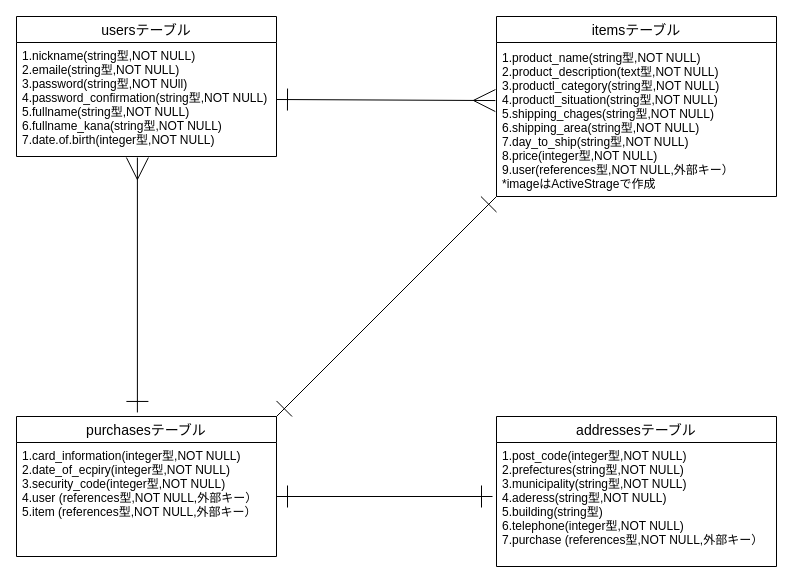
The draw.io diagram ER.dio in tyomo-kei/furima-37471, before the edit. Source tidied: cells renumbered, new cells numbered last; positions are measured from the earlier drawing's top-left corner, leaving out a move shared by most shapes. Both pictures are drawn from the tidied source at 100%, with x=0, y=0 at pixel (16, 16).
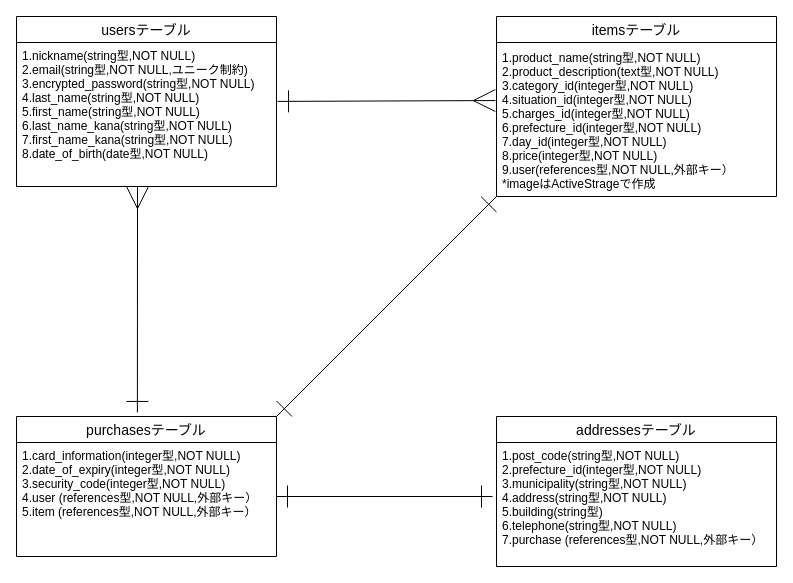
The same page after the edit.

Commit message (it also covers changes not shown here):
ER図とREADMEの各テーブルのカラム、タイプ、オプションを修正

Change to the diagram source:
```diff
@@
 <mxGraphModel>
   <root>
     <mxCell id="0" />
     <mxCell id="1" parent="0" />
     <mxCell id="2" value="usersテーブル" style="swimlane;fontStyle=0;horizontal=1;startSize=26;align=center;fontSize=14;" parent="1" vertex="1">
-      <mxGeometry width="260" height="140" as="geometry" />
+      <mxGeometry width="260" height="170" as="geometry" />
     </mxCell>
-    <mxCell id="3" value="1.nickname(string型,NOT NULL)&#10;2.emaile(string型,NOT NULL)&#10;3.password(string型,NOT NUll)&#10;4.password_confirmation(string型,NOT NULL)&#10;5.fullname(string型,NOT NULL)&#10;6.fullname_kana(string型,NOT NULL)&#10;7.date.of.birth(integer型,NOT NULL)" style="text;strokeColor=none;fillColor=none;spacingLeft=4;spacingRight=4;overflow=hidden;points=[[0,0.5],[1,0.5]];portConstraint=eastwest;fontSize=12;" parent="2" vertex="1">
-      <mxGeometry y="26" width="260" height="114" as="geometry" />
+    <mxCell id="3" value="1.nickname(string型,NOT NULL)&#10;2.email(string型,NOT NULL,ユニーク制約)&#10;3.encrypted_password(string型,NOT NULL)&#10;4.last_name(string型,NOT NULL)&#10;5.first_name(string型,NOT NULL)&#10;6.last_name_kana(string型,NOT NULL)&#10;7.first_name_kana(string型,NOT NULL)&#10;8.date_of_birth(date型,NOT NULL)" style="text;strokeColor=none;fillColor=none;spacingLeft=4;spacingRight=4;overflow=hidden;points=[[0,0.5],[1,0.5]];portConstraint=eastwest;fontSize=12;" parent="2" vertex="1">
+      <mxGeometry y="26" width="260" height="144" as="geometry" />
     </mxCell>
     <mxCell id="4" value="itemsテーブル" style="swimlane;fontStyle=0;horizontal=1;startSize=26;align=center;fontSize=14;" parent="1" vertex="1">
       <mxGeometry x="480" width="280" height="180" as="geometry" />
     </mxCell>
-    <mxCell id="5" style="edgeStyle=none;html=1;entryX=0.465;entryY=1.009;entryDx=0;entryDy=0;entryPerimeter=0;endArrow=ERmany;endFill=0;endSize=20;startArrow=ERone;startFill=0;jumpSize=6;startSize=20;exitX=0.465;exitY=-0.029;exitDx=0;exitDy=0;exitPerimeter=0;" parent="1" edge="1" source="6" target="3">
-      <mxGeometry relative="1" as="geometry" />
+    <mxCell id="5" style="edgeStyle=none;html=1;endArrow=ERmany;endFill=0;endSize=20;startArrow=ERone;startFill=0;jumpSize=6;startSize=20;exitX=0.465;exitY=-0.029;exitDx=0;exitDy=0;exitPerimeter=0;" parent="1" edge="1" source="6">
+      <mxGeometry relative="1" as="geometry">
+        <mxPoint x="121" y="170" as="targetPoint" />
+      </mxGeometry>
     </mxCell>
     <mxCell id="6" value="purchasesテーブル" style="swimlane;fontStyle=0;horizontal=1;startSize=26;align=center;fontSize=14;" parent="1" vertex="1">
       <mxGeometry y="400" width="260" height="140" as="geometry" />
     </mxCell>
-    <mxCell id="7" value="1.card_information(integer型,NOT NULL)&#10;2.date_of_ecpiry(integer型,NOT NULL)&#10;3.security_code(integer型,NOT NULL)&#10;4.user (references型,NOT NULL,外部キー）&#10;5.item (references型,NOT NULL,外部キー）" style="text;strokeColor=none;fillColor=none;spacingLeft=4;spacingRight=4;overflow=hidden;fontSize=12;" parent="6" vertex="1">
+    <mxCell id="7" value="1.card_information(integer型,NOT NULL)&#10;2.date_of_expiry(integer型,NOT NULL)&#10;3.security_code(integer型,NOT NULL)&#10;4.user (references型,NOT NULL,外部キー）&#10;5.item (references型,NOT NULL,外部キー）" style="text;strokeColor=none;fillColor=none;spacingLeft=4;spacingRight=4;overflow=hidden;fontSize=12;" parent="6" vertex="1">
       <mxGeometry y="26" width="260" height="114" as="geometry" />
     </mxCell>
     <mxCell id="8" value="addressesテーブル" style="swimlane;fontStyle=0;horizontal=1;startSize=26;align=center;fontSize=14;" parent="1" vertex="1">
       <mxGeometry x="480" y="400" width="280" height="150" as="geometry" />
     </mxCell>
-    <mxCell id="9" value="1.post_code(integer型,NOT NULL)&#10;2.prefectures(string型,NOT NULL)&#10;3.municipality(string型,NOT NULL)&#10;4.aderess(string型,NOT NULL)&#10;5.building(string型)&#10;6.telephone(integer型,NOT NULL)&#10;7.purchase (references型,NOT NULL,外部キー）" style="text;strokeColor=none;fillColor=none;spacingLeft=4;spacingRight=4;overflow=hidden;fontSize=12;" parent="8" vertex="1">
+    <mxCell id="9" value="1.post_code(string型,NOT NULL)&#10;2.prefecture_id(integer型,NOT NULL)&#10;3.municipality(string型,NOT NULL)&#10;4.address(string型,NOT NULL)&#10;5.building(string型)&#10;6.telephone(string型,NOT NULL)&#10;7.purchase (references型,NOT NULL,外部キー）" style="text;strokeColor=none;fillColor=none;spacingLeft=4;spacingRight=4;overflow=hidden;fontSize=12;" parent="8" vertex="1">
       <mxGeometry y="26" width="280" height="124" as="geometry" />
     </mxCell>
-    <mxCell id="10" style="edgeStyle=none;html=1;endArrow=ERmany;endFill=0;endSize=20;entryX=-0.004;entryY=0.364;entryDx=0;entryDy=0;entryPerimeter=0;startArrow=ERone;startFill=0;startSize=20;exitX=1;exitY=0.5;exitDx=0;exitDy=0;" parent="1" edge="1" source="3" target="12">
+    <mxCell id="10" style="edgeStyle=none;html=1;endArrow=ERmany;endFill=0;endSize=20;entryX=-0.004;entryY=0.364;entryDx=0;entryDy=0;entryPerimeter=0;startArrow=ERone;startFill=0;startSize=20;exitX=1.004;exitY=0.409;exitDx=0;exitDy=0;exitPerimeter=0;" parent="1" edge="1" source="3" target="12">
       <mxGeometry relative="1" as="geometry" />
     </mxCell>
     <mxCell id="11" style="edgeStyle=none;html=1;entryX=0;entryY=1;entryDx=0;entryDy=0;endArrow=ERone;endFill=0;endSize=20;exitX=1;exitY=0;exitDx=0;exitDy=0;startArrow=ERone;startFill=0;startSize=20;sourcePerimeterSpacing=40;" parent="1" edge="1" source="6" target="4">
       <mxGeometry relative="1" as="geometry" />
     </mxCell>
-    <mxCell id="12" value="1.product_name(string型,NOT NULL)&#10;2.product_description(text型,NOT NULL)&#10;3.productl_category(string型,NOT NULL)&#10;4.productl_situation(string型,NOT NULL)&#10;5.shipping_chages(string型,NOT NULL)&#10;6.shipping_area(string型,NOT NULL)&#10;7.day_to_ship(string型,NOT NULL)&#10;8.price(integer型,NOT NULL)&#10;9.user(references型,NOT NULL,外部キー）&#10;*imageはActiveStrageで作成" style="text;strokeColor=none;fillColor=none;spacingLeft=4;spacingRight=4;overflow=hidden;points=[[0,0.5],[1,0.5]];portConstraint=eastwest;fontSize=12;" parent="1" vertex="1">
+    <mxCell id="12" value="1.product_name(string型,NOT NULL)&#10;2.product_description(text型,NOT NULL)&#10;3.category_id(integer型,NOT NULL)&#10;4.situation_id(integer型,NOT NULL)&#10;5.charges_id(integer型,NOT NULL)&#10;6.prefecture_id(integer型,NOT NULL)&#10;7.day_id(integer型,NOT NULL)&#10;8.price(integer型,NOT NULL)&#10;9.user(references型,NOT NULL,外部キー）&#10;*imageはActiveStrageで作成" style="text;strokeColor=none;fillColor=none;spacingLeft=4;spacingRight=4;overflow=hidden;points=[[0,0.5],[1,0.5]];portConstraint=eastwest;fontSize=12;" parent="1" vertex="1">
       <mxGeometry x="480" y="28" width="280" height="154" as="geometry" />
     </mxCell>
     <mxCell id="13" style="edgeStyle=none;html=1;endArrow=ERone;endFill=0;endSize=20;startArrow=ERone;startFill=0;startSize=20;" parent="1" edge="1">
       <mxGeometry relative="1" as="geometry">
         <mxPoint x="476" y="480" as="sourcePoint" />
         <mxPoint x="260" y="480" as="targetPoint" />
       </mxGeometry>
     </mxCell>
   </root>
 </mxGraphModel>
```
